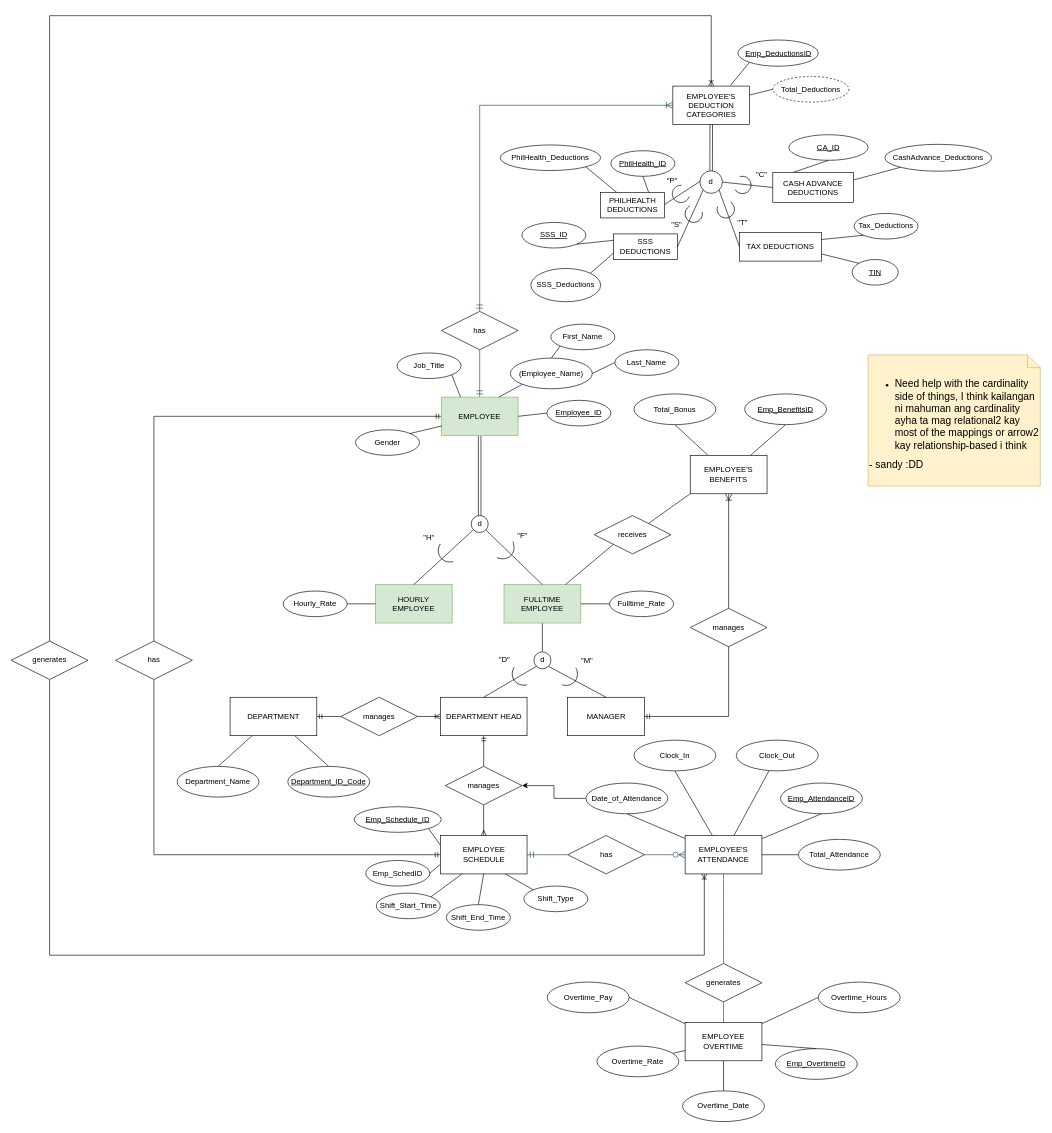
Before: page "FINALISMS" (1 of 2) of github-based final nomnom.drawio in SandyLMCD/CC14-payroll-attendance-system, a draw.io diagram. Source tidied: cells renumbered, new cells numbered last; positions are measured from the earlier drawing's top-left corner, leaving out a move shared by most shapes. Both pictures are drawn from the tidied source at 64%, with x=0, y=0 at pixel (11, 15).
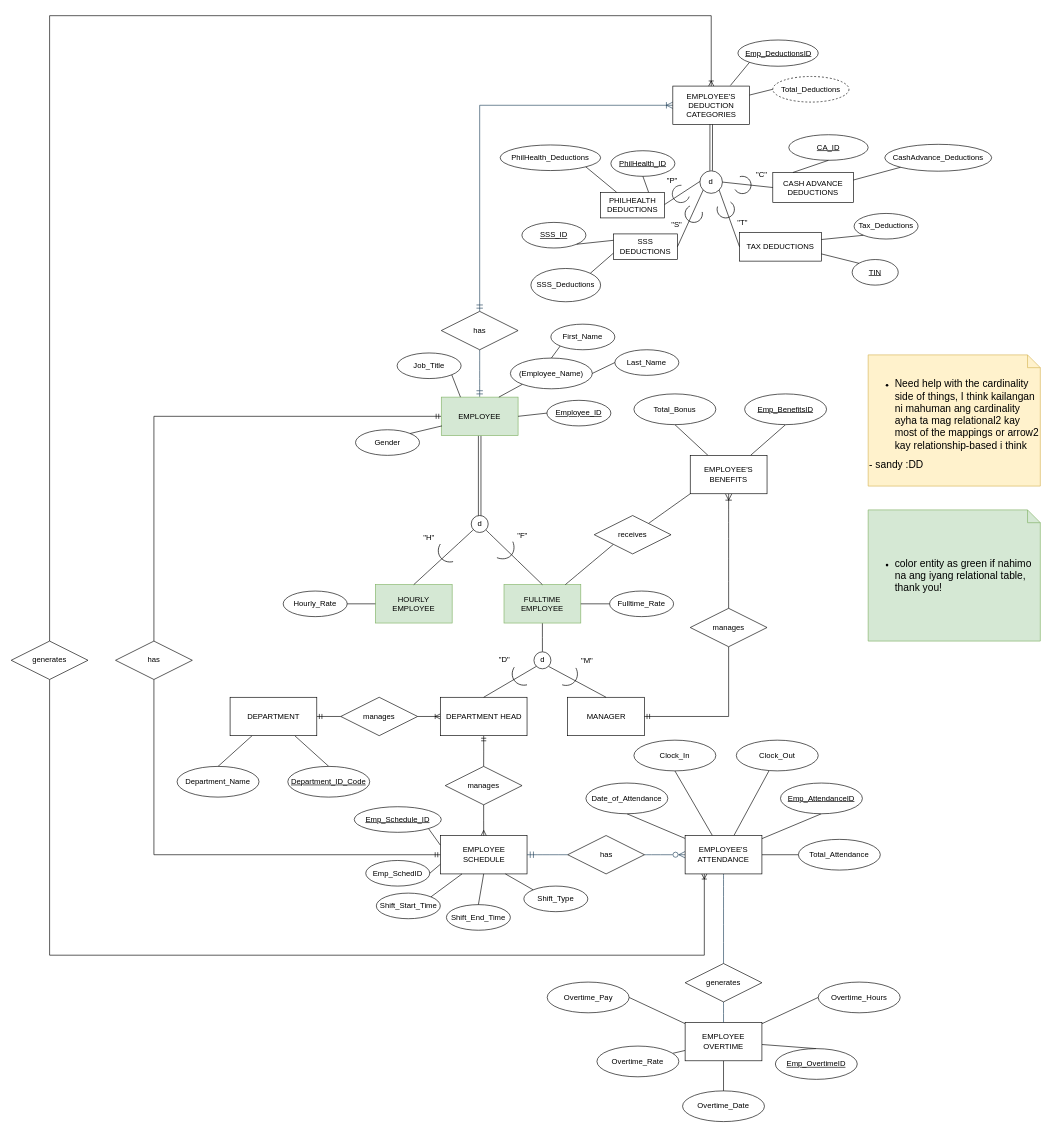
Above is the later version.

The change refers to these unchanged cells:
```xml
<mxCell id="31" value="manages" style="shape=rhombus;perimeter=rhombusPerimeter;whiteSpace=wrap;html=1;align=center;" parent="1" vertex="1">
  <mxGeometry x="678.2" y="1173" width="120" height="60" as="geometry" />
</mxCell>
<mxCell id="82" value="Date_of_Attendance" style="ellipse;whiteSpace=wrap;html=1;align=center;" parent="1" vertex="1">
  <mxGeometry x="898" y="1199" width="128" height="48" as="geometry" />
</mxCell>
```

Change to the diagram source:
```diff
@@
-    <mxCell id="81" style="edgeStyle=orthogonalEdgeStyle;rounded=0;jettySize=auto;html=1;" parent="1" edge="1" source="82" target="31">
-      <mxGeometry relative="1" as="geometry" />
-    </mxCell>
@@
+    <mxCell id="151" value="&lt;ul&gt;&lt;li&gt;&lt;span style=&quot;font-size: 16px;&quot;&gt;color entity as green if nahimo na ang iyang relational table, thank you!&lt;/span&gt;&lt;/li&gt;&lt;/ul&gt;" style="shape=note;size=20;whiteSpace=wrap;html=1;fillColor=#d5e8d4;strokeColor=#82b366;align=left;" parent="1" vertex="1">
+      <mxGeometry x="1339" y="772.2" width="269" height="205" as="geometry" />
+    </mxCell>
```
